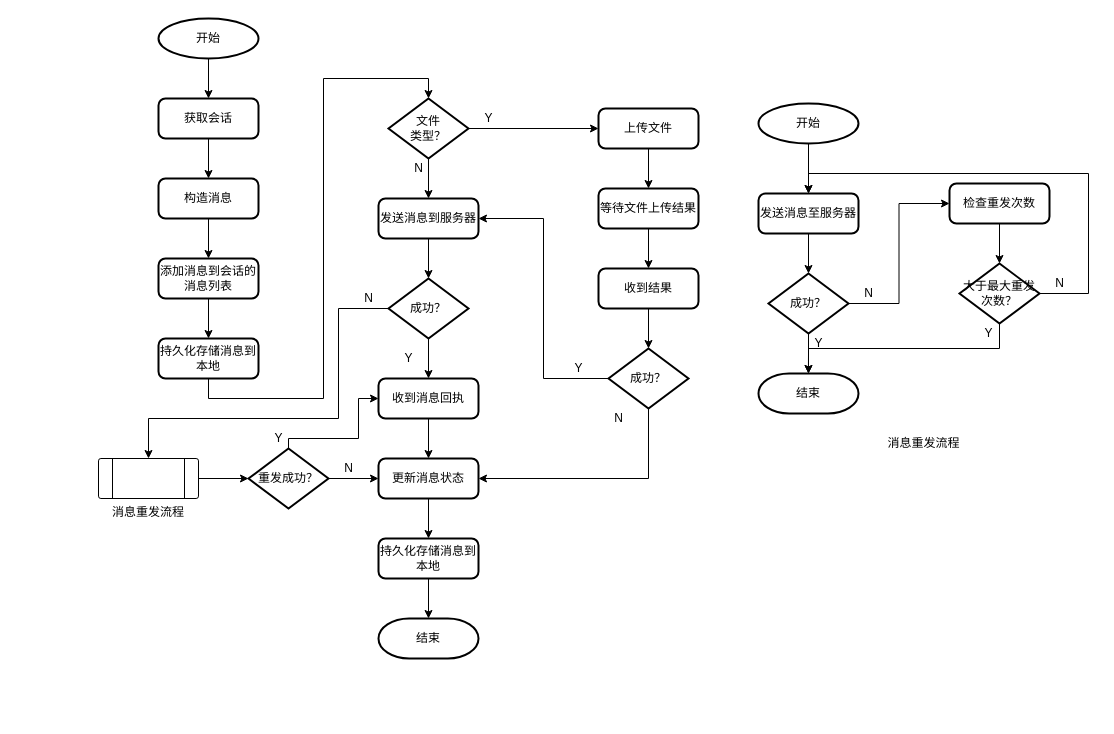
liuao2010/360MobileSafe keeps this draw.io diagram as page "flow-send-message" (6 of 11) of 获取会话列表.drawio. Above is the earlier version. Source tidied: cells renumbered, new cells numbered last; positions are measured from the earlier drawing's top-left corner, leaving out a move shared by most shapes. Both pictures are drawn from the tidied source at 100%, with x=0, y=0 at pixel (98, 18).
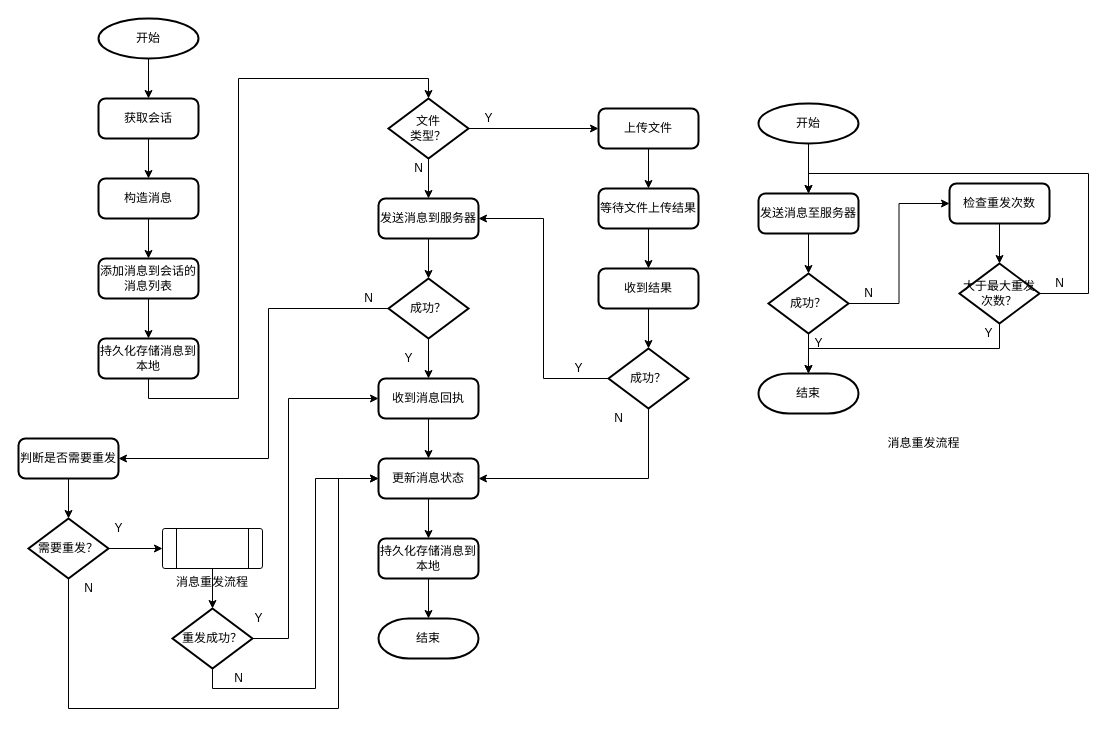
The same page after the edit.

Unchanged cells that the change refers to:
```xml
<mxCell id="14" value="文件&lt;br&gt;类型？" style="strokeWidth=2;html=1;shape=mxgraph.flowchart.decision;whiteSpace=wrap;rounded=1;" parent="1" vertex="1">
  <mxGeometry x="290" y="80" width="80" height="60" as="geometry" />
</mxCell>
<mxCell id="28" value="成功？" style="strokeWidth=2;html=1;shape=mxgraph.flowchart.decision;whiteSpace=wrap;rounded=1;" parent="1" vertex="1">
  <mxGeometry x="290" y="260" width="80" height="60" as="geometry" />
</mxCell>
<mxCell id="30" value="更新消息状态" style="rounded=1;whiteSpace=wrap;html=1;absoluteArcSize=1;arcSize=14;strokeWidth=2;" parent="1" vertex="1">
  <mxGeometry x="280" y="440" width="100" height="40" as="geometry" />
</mxCell>
<mxCell id="61" value="收到消息回执" style="rounded=1;whiteSpace=wrap;html=1;absoluteArcSize=1;arcSize=14;strokeWidth=2;" parent="1" vertex="1">
  <mxGeometry x="280" y="360" width="100" height="40" as="geometry" />
</mxCell>
```

The edit, as a diff of the source:
```diff
@@
     <mxCell id="3" value="开始" style="strokeWidth=2;html=1;shape=mxgraph.flowchart.start_1;whiteSpace=wrap;rounded=1;" parent="1" vertex="1">
-      <mxGeometry x="60" width="100" height="40" as="geometry" />
+      <mxGeometry width="100" height="40" as="geometry" />
     </mxCell>
@@
     <mxCell id="5" value="获取会话" style="rounded=1;whiteSpace=wrap;html=1;absoluteArcSize=1;arcSize=14;strokeWidth=2;" parent="1" vertex="1">
-      <mxGeometry x="60" y="80" width="100" height="40" as="geometry" />
+      <mxGeometry y="80" width="100" height="40" as="geometry" />
     </mxCell>
@@
     <mxCell id="7" value="构造消息" style="rounded=1;whiteSpace=wrap;html=1;absoluteArcSize=1;arcSize=14;strokeWidth=2;" parent="1" vertex="1">
-      <mxGeometry x="60" y="160" width="100" height="40" as="geometry" />
+      <mxGeometry y="160" width="100" height="40" as="geometry" />
     </mxCell>
@@
     <mxCell id="9" value="添加消息到会话的消息列表" style="rounded=1;whiteSpace=wrap;html=1;absoluteArcSize=1;arcSize=14;strokeWidth=2;" parent="1" vertex="1">
-      <mxGeometry x="60" y="240" width="100" height="40" as="geometry" />
+      <mxGeometry y="240" width="100" height="40" as="geometry" />
     </mxCell>
     <mxCell id="10" style="edgeStyle=orthogonalEdgeStyle;rounded=0;jettySize=auto;html=1;exitX=0.5;exitY=1;exitDx=0;exitDy=0;entryX=0.5;entryY=0;entryDx=0;entryDy=0;entryPerimeter=0;" parent="1" edge="1" source="11" target="14">
-      <mxGeometry relative="1" as="geometry" />
+      <mxGeometry relative="1" as="geometry">
+        <Array as="points">
+          <mxPoint x="50" y="380" />
+          <mxPoint x="140" y="380" />
+          <mxPoint x="140" y="60" />
+          <mxPoint x="330" y="60" />
+        </Array>
+      </mxGeometry>
     </mxCell>
     <mxCell id="11" value="持久化存储消息到本地" style="rounded=1;whiteSpace=wrap;html=1;absoluteArcSize=1;arcSize=14;strokeWidth=2;" parent="1" vertex="1">
-      <mxGeometry x="60" y="320" width="100" height="40" as="geometry" />
+      <mxGeometry y="320" width="100" height="40" as="geometry" />
     </mxCell>
@@
-    <mxCell id="26" style="edgeStyle=orthogonalEdgeStyle;rounded=0;jettySize=auto;html=1;exitX=0;exitY=0.5;exitDx=0;exitDy=0;exitPerimeter=0;" parent="1" edge="1" source="28" target="39">
-      <mxGeometry relative="1" as="geometry">
-        <Array as="points">
-          <mxPoint x="240" y="290" />
-          <mxPoint x="240" y="400" />
-          <mxPoint x="50" y="400" />
-        </Array>
-      </mxGeometry>
-    </mxCell>
@@
+    <mxCell id="67" style="edgeStyle=orthogonalEdgeStyle;rounded=0;jettySize=auto;html=1;exitX=0;exitY=0.5;exitDx=0;exitDy=0;exitPerimeter=0;entryX=1;entryY=0.5;entryDx=0;entryDy=0;" parent="1" edge="1" source="28" target="72">
+      <mxGeometry relative="1" as="geometry">
+        <Array as="points">
+          <mxPoint x="170" y="290" />
+          <mxPoint x="170" y="440" />
+        </Array>
+      </mxGeometry>
+    </mxCell>
@@
-    <mxCell id="38" style="edgeStyle=orthogonalEdgeStyle;rounded=0;jettySize=auto;html=1;exitX=1;exitY=0.5;exitDx=0;exitDy=0;entryX=0;entryY=0.5;entryDx=0;entryDy=0;entryPerimeter=0;" parent="1" edge="1" source="39" target="64">
+    <mxCell id="38" style="edgeStyle=orthogonalEdgeStyle;rounded=0;jettySize=auto;html=1;exitX=0.5;exitY=1;exitDx=0;exitDy=0;entryX=0.5;entryY=0;entryDx=0;entryDy=0;entryPerimeter=0;" parent="1" edge="1" source="39" target="64">
       <mxGeometry relative="1" as="geometry" />
     </mxCell>
     <mxCell id="39" value="消息重发流程" style="verticalLabelPosition=bottom;verticalAlign=top;html=1;shape=process;whiteSpace=wrap;rounded=1;size=0.14;arcSize=6;" parent="1" vertex="1">
-      <mxGeometry y="440" width="100" height="40" as="geometry" />
+      <mxGeometry x="64" y="510" width="100" height="40" as="geometry" />
     </mxCell>
@@
-    <mxCell id="62" style="edgeStyle=orthogonalEdgeStyle;rounded=0;jettySize=auto;html=1;exitX=1;exitY=0.5;exitDx=0;exitDy=0;exitPerimeter=0;entryX=0;entryY=0.5;entryDx=0;entryDy=0;" parent="1" edge="1" source="64" target="30">
+    <mxCell id="62" style="edgeStyle=orthogonalEdgeStyle;rounded=0;jettySize=auto;html=1;exitX=0.5;exitY=1;exitDx=0;exitDy=0;exitPerimeter=0;entryX=0;entryY=0.5;entryDx=0;entryDy=0;" parent="1" edge="1" source="64" target="30">
       <mxGeometry relative="1" as="geometry" />
     </mxCell>
-    <mxCell id="63" style="edgeStyle=orthogonalEdgeStyle;rounded=0;jettySize=auto;html=1;exitX=0.5;exitY=0;exitDx=0;exitDy=0;exitPerimeter=0;entryX=0;entryY=0.5;entryDx=0;entryDy=0;" parent="1" edge="1" source="64" target="61">
+    <mxCell id="63" style="edgeStyle=orthogonalEdgeStyle;rounded=0;jettySize=auto;html=1;exitX=1;exitY=0.5;exitDx=0;exitDy=0;exitPerimeter=0;entryX=0;entryY=0.5;entryDx=0;entryDy=0;" parent="1" edge="1" source="64" target="61">
       <mxGeometry relative="1" as="geometry">
         <Array as="points">
-          <mxPoint x="190" y="420" />
-          <mxPoint x="260" y="420" />
-          <mxPoint x="260" y="380" />
+          <mxPoint x="190" y="620" />
+          <mxPoint x="190" y="380" />
         </Array>
       </mxGeometry>
     </mxCell>
     <mxCell id="64" value="重发成功？" style="strokeWidth=2;html=1;shape=mxgraph.flowchart.decision;whiteSpace=wrap;" parent="1" vertex="1">
-      <mxGeometry x="150" y="430" width="80" height="60" as="geometry" />
+      <mxGeometry x="74" y="590" width="80" height="60" as="geometry" />
     </mxCell>
-    <mxCell id="65" value="N" style="text;html=1;align=center;verticalAlign=middle;" parent="1" vertex="1">
-      <mxGeometry x="240" y="440" width="20" height="20" as="geometry" />
-    </mxCell>
-    <mxCell id="66" value="Y" style="text;html=1;align=center;verticalAlign=middle;" parent="1" vertex="1">
-      <mxGeometry x="170" y="410" width="20" height="20" as="geometry" />
-    </mxCell>
+    <mxCell id="68" style="edgeStyle=orthogonalEdgeStyle;rounded=0;jettySize=auto;html=1;exitX=1;exitY=0.5;exitDx=0;exitDy=0;exitPerimeter=0;entryX=0;entryY=0.5;entryDx=0;entryDy=0;" parent="1" edge="1" source="70" target="39">
+      <mxGeometry relative="1" as="geometry" />
+    </mxCell>
+    <mxCell id="69" style="edgeStyle=orthogonalEdgeStyle;rounded=0;jettySize=auto;html=1;exitX=0.5;exitY=1;exitDx=0;exitDy=0;exitPerimeter=0;entryX=0;entryY=0.5;entryDx=0;entryDy=0;" parent="1" edge="1" source="70" target="30">
+      <mxGeometry relative="1" as="geometry">
+        <Array as="points">
+          <mxPoint x="-30" y="690" />
+          <mxPoint x="240" y="690" />
+          <mxPoint x="240" y="460" />
+        </Array>
+      </mxGeometry>
+    </mxCell>
+    <mxCell id="70" value="需要重发？" style="strokeWidth=2;html=1;shape=mxgraph.flowchart.decision;whiteSpace=wrap;" parent="1" vertex="1">
+      <mxGeometry x="-70" y="500" width="80" height="60" as="geometry" />
+    </mxCell>
+    <mxCell id="71" style="edgeStyle=orthogonalEdgeStyle;rounded=0;jettySize=auto;html=1;exitX=0.5;exitY=1;exitDx=0;exitDy=0;entryX=0.5;entryY=0;entryDx=0;entryDy=0;entryPerimeter=0;" parent="1" edge="1" source="72" target="70">
+      <mxGeometry relative="1" as="geometry" />
+    </mxCell>
+    <mxCell id="72" value="判断是否需要重发" style="rounded=1;whiteSpace=wrap;html=1;absoluteArcSize=1;arcSize=14;strokeWidth=2;" parent="1" vertex="1">
+      <mxGeometry x="-80" y="420" width="100" height="40" as="geometry" />
+    </mxCell>
+    <mxCell id="73" value="Y" style="text;html=1;align=center;verticalAlign=middle;" parent="1" vertex="1">
+      <mxGeometry x="10" y="500" width="20" height="20" as="geometry" />
+    </mxCell>
+    <mxCell id="74" value="N" style="text;html=1;align=center;verticalAlign=middle;" parent="1" vertex="1">
+      <mxGeometry x="-20" y="560" width="20" height="20" as="geometry" />
+    </mxCell>
+    <mxCell id="75" value="Y" style="text;html=1;align=center;verticalAlign=middle;" parent="1" vertex="1">
+      <mxGeometry x="150" y="590" width="20" height="20" as="geometry" />
+    </mxCell>
+    <mxCell id="76" value="N" style="text;html=1;align=center;verticalAlign=middle;" parent="1" vertex="1">
+      <mxGeometry x="130" y="650" width="20" height="20" as="geometry" />
+    </mxCell>
```
